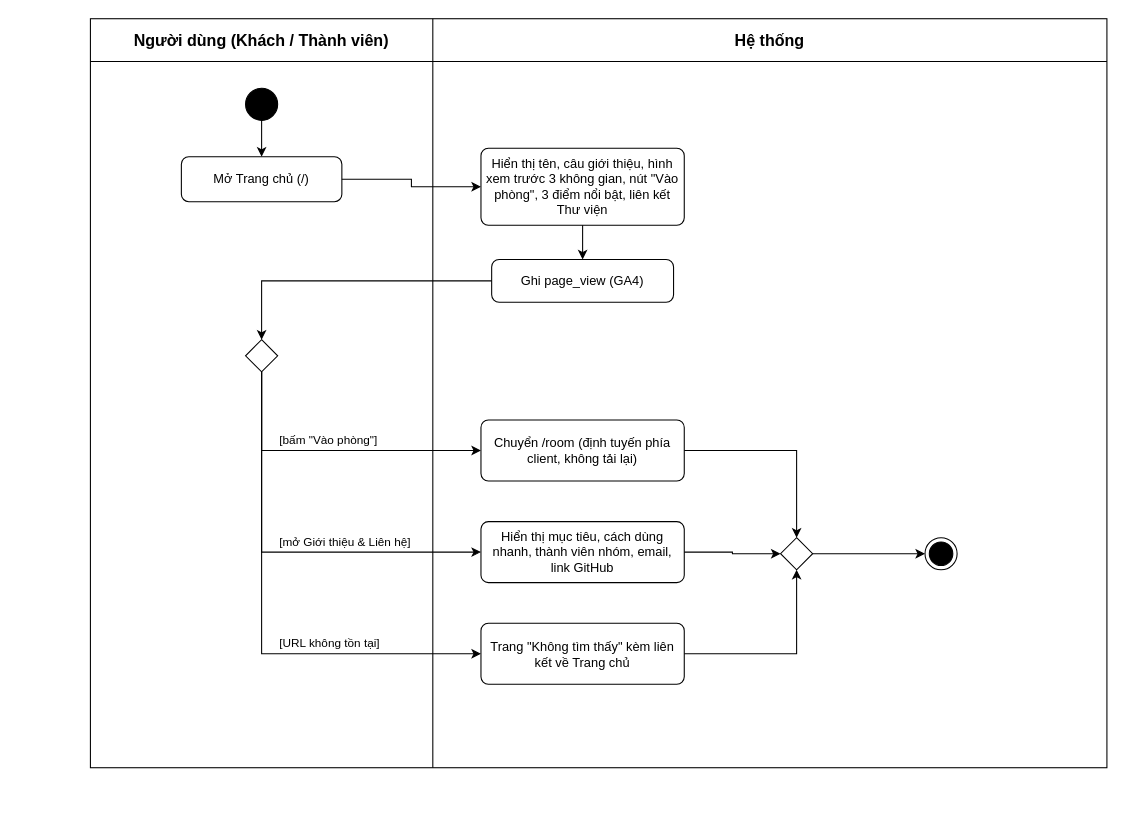
Before: page "A12" (13 of 30) of docs/analysis/FocuSpace_Diagrams.drawio in CaoLePhucThinh2203/FocuSpace, a draw.io diagram. Source tidied: cells renumbered, new cells numbered last; positions are measured from the earlier drawing's top-left corner, leaving out a move shared by most shapes. Both pictures are drawn from the tidied source at 107%, with x=0, y=0 at pixel (90, 18).
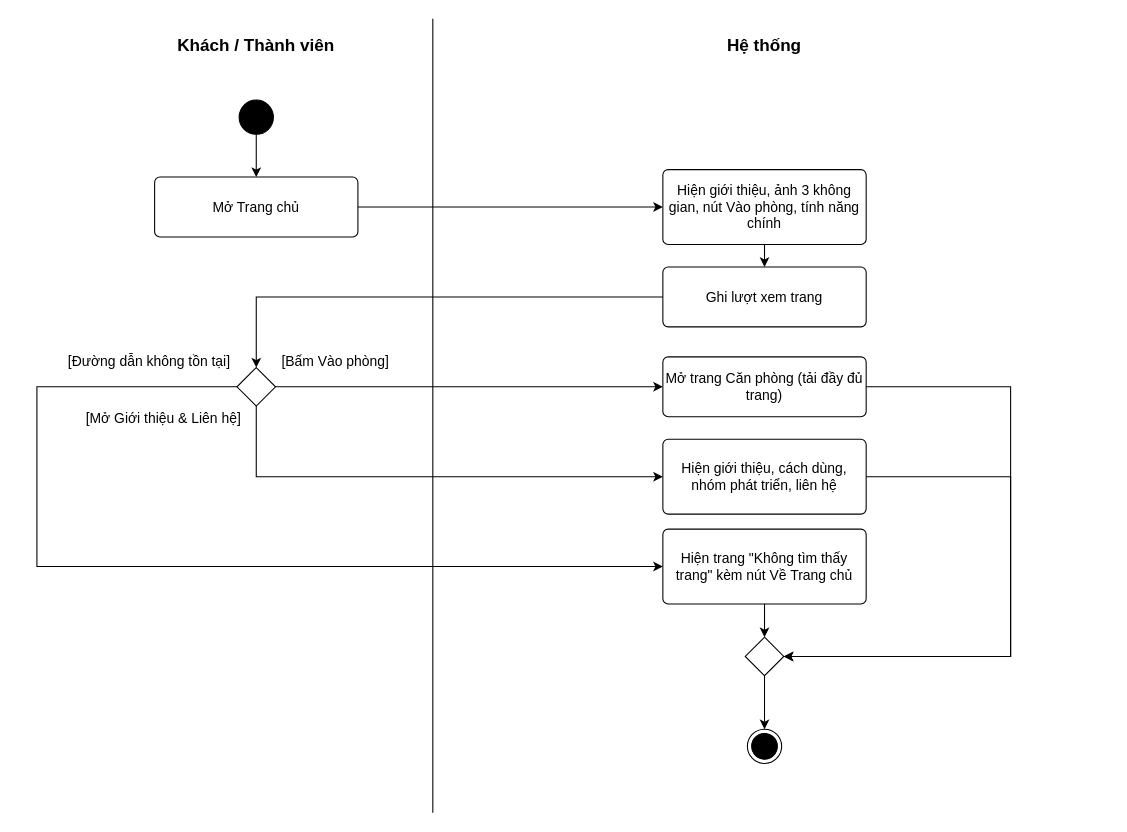
The same page after the edit.

What changed in the source:
```diff
@@
-    <mxCell id="2" style="rounded=0;whiteSpace=wrap;html=1;fillColor=none;" parent="1" vertex="1">
-      <mxGeometry width="950" height="700" as="geometry" />
-    </mxCell>
-    <mxCell id="3" value="Người dùng (Khách / Thành viên)" style="text;html=1;whiteSpace=wrap;strokeColor=none;fillColor=none;align=center;verticalAlign=middle;rounded=0;fontSize=15;fontStyle=1;" parent="1" vertex="1">
-      <mxGeometry width="320" height="40" as="geometry" />
-    </mxCell>
+    <mxCell id="31" value="Khách / Thành viên" style="text;whiteSpace=wrap;html=1;verticalAlign=middle;align=center;fontSize=16;fontStyle=1;" parent="1" vertex="1">
+      <mxGeometry x="-10" width="330" height="50" as="geometry" />
+    </mxCell>
-    <mxCell id="4" value="Hệ thống" style="text;html=1;whiteSpace=wrap;strokeColor=none;fillColor=none;align=center;verticalAlign=middle;rounded=0;fontSize=15;fontStyle=1;" parent="1" vertex="1">
-      <mxGeometry x="320" width="630" height="40" as="geometry" />
+    <mxCell id="4" value="Hệ thống" style="text;whiteSpace=wrap;html=1;verticalAlign=middle;align=center;fontSize=16;fontStyle=1;" parent="1" vertex="1">
+      <mxGeometry x="320" width="620" height="50" as="geometry" />
     </mxCell>
-    <mxCell id="5" style="endArrow=none;html=1;rounded=0;" parent="1" edge="1">
-      <mxGeometry relative="1" as="geometry">
-        <mxPoint x="320" as="sourcePoint" />
-        <mxPoint x="320" y="700" as="targetPoint" />
-      </mxGeometry>
-    </mxCell>
-    <mxCell id="6" style="endArrow=none;html=1;rounded=0;" parent="1" edge="1">
-      <mxGeometry relative="1" as="geometry">
-        <mxPoint y="40" as="sourcePoint" />
-        <mxPoint x="950" y="40" as="targetPoint" />
-      </mxGeometry>
-    </mxCell>
-    <mxCell id="7" style="ellipse;fillColor=strokeColor;html=1;" parent="1" vertex="1">
-      <mxGeometry x="145" y="65" width="30" height="30" as="geometry" />
-    </mxCell>
-    <mxCell id="8" value="Mở Trang chủ (/)" style="html=1;align=center;verticalAlign=middle;rounded=1;absoluteArcSize=1;arcSize=14;dashed=0;whiteSpace=wrap;fontSize=12;" parent="1" vertex="1">
-      <mxGeometry x="85" y="129" width="150" height="42" as="geometry" />
-    </mxCell>
-    <mxCell id="9" value="Hiển thị tên, câu giới thiệu, hình xem trước 3 không gian, nút &quot;Vào phòng&quot;, 3 điểm nổi bật, liên kết Thư viện" style="html=1;align=center;verticalAlign=middle;rounded=1;absoluteArcSize=1;arcSize=14;dashed=0;whiteSpace=wrap;fontSize=12;" parent="1" vertex="1">
-      <mxGeometry x="365" y="121" width="190" height="72" as="geometry" />
-    </mxCell>
-    <mxCell id="10" value="Ghi page_view (GA4)" style="html=1;align=center;verticalAlign=middle;rounded=1;absoluteArcSize=1;arcSize=14;dashed=0;whiteSpace=wrap;fontSize=12;" parent="1" vertex="1">
-      <mxGeometry x="375" y="225" width="170" height="40" as="geometry" />
-    </mxCell>
-    <mxCell id="11" style="rhombus;html=1;" parent="1" vertex="1">
-      <mxGeometry x="145" y="300" width="30" height="30" as="geometry" />
-    </mxCell>
-    <mxCell id="12" value="Chuyển /room (định tuyến phía client, không tải lại)" style="html=1;align=center;verticalAlign=middle;rounded=1;absoluteArcSize=1;arcSize=14;dashed=0;whiteSpace=wrap;fontSize=12;" parent="1" vertex="1">
-      <mxGeometry x="365" y="375" width="190" height="57" as="geometry" />
-    </mxCell>
-    <mxCell id="13" value="Hiển thị mục tiêu, cách dùng nhanh, thành viên nhóm, email, link GitHub" style="html=1;align=center;verticalAlign=middle;rounded=1;absoluteArcSize=1;arcSize=14;dashed=0;whiteSpace=wrap;fontSize=12;" parent="1" vertex="1">
-      <mxGeometry x="365" y="470" width="190" height="57" as="geometry" />
-    </mxCell>
-    <mxCell id="14" value="Trang &quot;Không tìm thấy&quot; kèm liên kết về Trang chủ" style="html=1;align=center;verticalAlign=middle;rounded=1;absoluteArcSize=1;arcSize=14;dashed=0;whiteSpace=wrap;fontSize=12;" parent="1" vertex="1">
-      <mxGeometry x="365" y="565" width="190" height="57" as="geometry" />
-    </mxCell>
-    <mxCell id="15" style="rhombus;html=1;" parent="1" vertex="1">
-      <mxGeometry x="645" y="485" width="30" height="30" as="geometry" />
-    </mxCell>
-    <mxCell id="16" style="ellipse;html=1;shape=endState;fillColor=strokeColor;" parent="1" vertex="1">
-      <mxGeometry x="780" y="485" width="30" height="30" as="geometry" />
-    </mxCell>
-    <mxCell id="17" value="[bấm &quot;Vào phòng&quot;]" style="text;html=1;whiteSpace=wrap;strokeColor=none;fillColor=none;align=left;verticalAlign=middle;rounded=0;fontSize=11;" parent="1" vertex="1">
-      <mxGeometry x="175" y="385" width="110" height="17" as="geometry" />
-    </mxCell>
-    <mxCell id="18" value="[mở Giới thiệu &amp;amp; Liên hệ]" style="text;html=1;whiteSpace=wrap;strokeColor=none;fillColor=none;align=left;verticalAlign=middle;rounded=0;fontSize=11;" parent="1" vertex="1">
-      <mxGeometry x="175" y="480" width="160" height="17" as="geometry" />
-    </mxCell>
-    <mxCell id="19" value="[URL không tồn tại]" style="text;html=1;whiteSpace=wrap;strokeColor=none;fillColor=none;align=left;verticalAlign=middle;rounded=0;fontSize=11;" parent="1" vertex="1">
-      <mxGeometry x="175" y="575" width="110" height="17" as="geometry" />
-    </mxCell>
-    <mxCell id="20" style="edgeStyle=orthogonalEdgeStyle;rounded=0;jettySize=auto;html=1;endArrow=classic;endFill=1;fontSize=11;labelBackgroundColor=#ffffff;exitX=0.5;exitY=1;exitDx=0;exitDy=0;exitPerimeter=0;entryX=0.5;entryY=0;entryDx=0;entryDy=0;entryPerimeter=0;" parent="1" edge="1" source="7" target="8">
-      <mxGeometry relative="1" as="geometry" />
-    </mxCell>
-    <mxCell id="21" style="edgeStyle=orthogonalEdgeStyle;rounded=0;jettySize=auto;html=1;endArrow=classic;endFill=1;fontSize=11;labelBackgroundColor=#ffffff;exitX=1;exitY=0.5;exitDx=0;exitDy=0;exitPerimeter=0;entryX=0;entryY=0.5;entryDx=0;entryDy=0;entryPerimeter=0;" parent="1" edge="1" source="8" target="9">
-      <mxGeometry relative="1" as="geometry" />
-    </mxCell>
-    <mxCell id="22" style="edgeStyle=orthogonalEdgeStyle;rounded=0;jettySize=auto;html=1;endArrow=classic;endFill=1;fontSize=11;labelBackgroundColor=#ffffff;exitX=0.5;exitY=1;exitDx=0;exitDy=0;exitPerimeter=0;entryX=0.5;entryY=0;entryDx=0;entryDy=0;entryPerimeter=0;" parent="1" edge="1" source="9" target="10">
-      <mxGeometry relative="1" as="geometry" />
-    </mxCell>
-    <mxCell id="23" style="edgeStyle=orthogonalEdgeStyle;rounded=0;jettySize=auto;html=1;endArrow=classic;endFill=1;fontSize=11;labelBackgroundColor=#ffffff;exitX=0;exitY=0.5;exitDx=0;exitDy=0;exitPerimeter=0;entryX=0.5;entryY=0;entryDx=0;entryDy=0;entryPerimeter=0;" parent="1" edge="1" source="10" target="11">
-      <mxGeometry relative="1" as="geometry" />
-    </mxCell>
-    <mxCell id="24" style="edgeStyle=orthogonalEdgeStyle;rounded=0;jettySize=auto;html=1;endArrow=classic;endFill=1;fontSize=11;labelBackgroundColor=#ffffff;exitX=0.5;exitY=1;exitDx=0;exitDy=0;exitPerimeter=0;entryX=0;entryY=0.5;entryDx=0;entryDy=0;entryPerimeter=0;" parent="1" edge="1" source="11" target="12">
-      <mxGeometry relative="1" as="geometry" />
-    </mxCell>
-    <mxCell id="25" style="edgeStyle=orthogonalEdgeStyle;rounded=0;jettySize=auto;html=1;endArrow=classic;endFill=1;fontSize=11;labelBackgroundColor=#ffffff;exitX=0.5;exitY=1;exitDx=0;exitDy=0;exitPerimeter=0;entryX=0;entryY=0.5;entryDx=0;entryDy=0;entryPerimeter=0;" parent="1" edge="1" source="11" target="13">
-      <mxGeometry relative="1" as="geometry" />
-    </mxCell>
-    <mxCell id="26" style="edgeStyle=orthogonalEdgeStyle;rounded=0;jettySize=auto;html=1;endArrow=classic;endFill=1;fontSize=11;labelBackgroundColor=#ffffff;exitX=0.5;exitY=1;exitDx=0;exitDy=0;exitPerimeter=0;entryX=0;entryY=0.5;entryDx=0;entryDy=0;entryPerimeter=0;" parent="1" edge="1" source="11" target="14">
-      <mxGeometry relative="1" as="geometry" />
-    </mxCell>
-    <mxCell id="27" style="edgeStyle=orthogonalEdgeStyle;rounded=0;jettySize=auto;html=1;endArrow=classic;endFill=1;fontSize=11;labelBackgroundColor=#ffffff;exitX=1;exitY=0.5;exitDx=0;exitDy=0;exitPerimeter=0;entryX=0.5;entryY=0;entryDx=0;entryDy=0;entryPerimeter=0;" parent="1" edge="1" source="12" target="15">
-      <mxGeometry relative="1" as="geometry" />
-    </mxCell>
-    <mxCell id="28" style="edgeStyle=orthogonalEdgeStyle;rounded=0;jettySize=auto;html=1;endArrow=classic;endFill=1;fontSize=11;labelBackgroundColor=#ffffff;exitX=1;exitY=0.5;exitDx=0;exitDy=0;exitPerimeter=0;entryX=0;entryY=0.5;entryDx=0;entryDy=0;entryPerimeter=0;" parent="1" edge="1" source="13" target="15">
-      <mxGeometry relative="1" as="geometry" />
-    </mxCell>
-    <mxCell id="29" style="edgeStyle=orthogonalEdgeStyle;rounded=0;jettySize=auto;html=1;endArrow=classic;endFill=1;fontSize=11;labelBackgroundColor=#ffffff;exitX=1;exitY=0.5;exitDx=0;exitDy=0;exitPerimeter=0;entryX=0.5;entryY=1;entryDx=0;entryDy=0;entryPerimeter=0;" parent="1" edge="1" source="14" target="15">
-      <mxGeometry relative="1" as="geometry" />
-    </mxCell>
-    <mxCell id="30" style="edgeStyle=orthogonalEdgeStyle;rounded=0;jettySize=auto;html=1;endArrow=classic;endFill=1;fontSize=11;labelBackgroundColor=#ffffff;exitX=1;exitY=0.5;exitDx=0;exitDy=0;exitPerimeter=0;entryX=0;entryY=0.5;entryDx=0;entryDy=0;entryPerimeter=0;" parent="1" edge="1" source="15" target="16">
-      <mxGeometry relative="1" as="geometry" />
-    </mxCell>
+    <mxCell id="32" style="endArrow=none;html=1;rounded=0;" parent="1" edge="1">
+      <mxGeometry relative="1" as="geometry">
+        <mxPoint x="320" as="sourcePoint" />
+        <mxPoint x="320" y="742" as="targetPoint" />
+      </mxGeometry>
+    </mxCell>
+    <mxCell id="33" style="ellipse;fillColor=strokeColor;html=1;" parent="1" vertex="1">
+      <mxGeometry x="139" y="76" width="32" height="32" as="geometry" />
+    </mxCell>
+    <mxCell id="34" value="Mở Trang chủ" style="html=1;align=center;verticalAlign=middle;rounded=1;absoluteArcSize=1;arcSize=10;dashed=0;whiteSpace=wrap;fontSize=13;" parent="1" vertex="1">
+      <mxGeometry x="60" y="148" width="190" height="56" as="geometry" />
+    </mxCell>
+    <mxCell id="35" value="Hiện giới thiệu, ảnh 3 không gian, nút Vào phòng, tính năng chính" style="html=1;align=center;verticalAlign=middle;rounded=1;absoluteArcSize=1;arcSize=10;dashed=0;whiteSpace=wrap;fontSize=13;" parent="1" vertex="1">
+      <mxGeometry x="535" y="141" width="190" height="70" as="geometry" />
+    </mxCell>
+    <mxCell id="36" value="Ghi lượt xem trang" style="html=1;align=center;verticalAlign=middle;rounded=1;absoluteArcSize=1;arcSize=10;dashed=0;whiteSpace=wrap;fontSize=13;" parent="1" vertex="1">
+      <mxGeometry x="535" y="232" width="190" height="56" as="geometry" />
+    </mxCell>
+    <mxCell id="37" style="rhombus;html=1;" parent="1" vertex="1">
+      <mxGeometry x="137" y="326" width="36" height="36" as="geometry" />
+    </mxCell>
+    <mxCell id="38" value="Mở trang Căn phòng (tải đầy đủ trang)" style="html=1;align=center;verticalAlign=middle;rounded=1;absoluteArcSize=1;arcSize=10;dashed=0;whiteSpace=wrap;fontSize=13;" parent="1" vertex="1">
+      <mxGeometry x="535" y="316" width="190" height="56" as="geometry" />
+    </mxCell>
+    <mxCell id="39" value="Hiện giới thiệu, cách dùng, nhóm phát triển, liên hệ" style="html=1;align=center;verticalAlign=middle;rounded=1;absoluteArcSize=1;arcSize=10;dashed=0;whiteSpace=wrap;fontSize=13;" parent="1" vertex="1">
+      <mxGeometry x="535" y="393" width="190" height="70" as="geometry" />
+    </mxCell>
+    <mxCell id="40" value="Hiện trang &quot;Không tìm thấy trang&quot; kèm nút Về Trang chủ" style="html=1;align=center;verticalAlign=middle;rounded=1;absoluteArcSize=1;arcSize=10;dashed=0;whiteSpace=wrap;fontSize=13;" parent="1" vertex="1">
+      <mxGeometry x="535" y="477" width="190" height="70" as="geometry" />
+    </mxCell>
+    <mxCell id="41" style="rhombus;html=1;" parent="1" vertex="1">
+      <mxGeometry x="612" y="578" width="36" height="36" as="geometry" />
+    </mxCell>
+    <mxCell id="42" style="ellipse;html=1;shape=endState;fillColor=strokeColor;" parent="1" vertex="1">
+      <mxGeometry x="614" y="664" width="32" height="32" as="geometry" />
+    </mxCell>
+    <mxCell id="43" style="edgeStyle=orthogonalEdgeStyle;rounded=0;jettySize=auto;html=1;endArrow=classic;fontSize=13;" parent="1" edge="1" source="33" target="34">
+      <mxGeometry relative="1" as="geometry" />
+    </mxCell>
+    <mxCell id="44" style="edgeStyle=orthogonalEdgeStyle;rounded=0;jettySize=auto;html=1;endArrow=classic;fontSize=13;" parent="1" edge="1" source="34" target="35">
+      <mxGeometry relative="1" as="geometry" />
+    </mxCell>
+    <mxCell id="45" style="edgeStyle=orthogonalEdgeStyle;rounded=0;jettySize=auto;html=1;endArrow=classic;fontSize=13;" parent="1" edge="1" source="35" target="36">
+      <mxGeometry relative="1" as="geometry" />
+    </mxCell>
+    <mxCell id="46" style="edgeStyle=orthogonalEdgeStyle;rounded=0;jettySize=auto;html=1;endArrow=classic;fontSize=13;exitX=0;exitY=0.5;exitDx=0;exitDy=0;entryX=0.5;entryY=0;entryDx=0;entryDy=0;" parent="1" edge="1" source="36" target="37">
+      <mxGeometry relative="1" as="geometry">
+        <Array as="points">
+          <mxPoint x="155" y="260" />
+        </Array>
+      </mxGeometry>
+    </mxCell>
+    <mxCell id="47" style="edgeStyle=orthogonalEdgeStyle;rounded=0;jettySize=auto;html=1;endArrow=classic;fontSize=13;exitX=1;exitY=0.5;exitDx=0;exitDy=0;entryX=0;entryY=0.5;entryDx=0;entryDy=0;" parent="1" edge="1" source="37" target="38">
+      <mxGeometry relative="1" as="geometry" />
+    </mxCell>
+    <mxCell id="48" value="[Bấm Vào phòng]" style="text;html=1;whiteSpace=wrap;strokeColor=none;fillColor=none;align=center;verticalAlign=middle;rounded=0;fontSize=13;align=left;" parent="1" vertex="1">
+      <mxGeometry x="177" y="300" width="220" height="40" as="geometry" />
+    </mxCell>
+    <mxCell id="49" style="edgeStyle=orthogonalEdgeStyle;rounded=0;jettySize=auto;html=1;endArrow=classic;fontSize=13;exitX=0.5;exitY=1;exitDx=0;exitDy=0;entryX=0;entryY=0.5;entryDx=0;entryDy=0;" parent="1" edge="1" source="37" target="39">
+      <mxGeometry relative="1" as="geometry">
+        <Array as="points">
+          <mxPoint x="155" y="428" />
+        </Array>
+      </mxGeometry>
+    </mxCell>
+    <mxCell id="50" value="[Mở Giới thiệu &amp; Liên hệ]" style="text;html=1;whiteSpace=wrap;strokeColor=none;fillColor=none;align=center;verticalAlign=middle;rounded=0;fontSize=13;align=right;" parent="1" vertex="1">
+      <mxGeometry x="-57" y="358" width="200" height="30" as="geometry" />
+    </mxCell>
+    <mxCell id="51" style="edgeStyle=orthogonalEdgeStyle;rounded=0;jettySize=auto;html=1;endArrow=classic;fontSize=13;exitX=0;exitY=0.5;exitDx=0;exitDy=0;entryX=0;entryY=0.5;entryDx=0;entryDy=0;" parent="1" edge="1" source="37" target="40">
+      <mxGeometry relative="1" as="geometry">
+        <Array as="points">
+          <mxPoint x="-50" y="344" />
+          <mxPoint x="-50" y="512" />
+        </Array>
+      </mxGeometry>
+    </mxCell>
+    <mxCell id="52" value="[Đường dẫn không tồn tại]" style="text;html=1;whiteSpace=wrap;strokeColor=none;fillColor=none;align=center;verticalAlign=middle;rounded=0;fontSize=13;align=right;" parent="1" vertex="1">
+      <mxGeometry x="-67" y="300" width="200" height="40" as="geometry" />
+    </mxCell>
+    <mxCell id="53" style="edgeStyle=orthogonalEdgeStyle;rounded=0;jettySize=auto;html=1;endArrow=classic;fontSize=13;exitX=1;exitY=0.5;exitDx=0;exitDy=0;entryX=1;entryY=0.5;entryDx=0;entryDy=0;" parent="1" edge="1" source="38" target="41">
+      <mxGeometry relative="1" as="geometry">
+        <Array as="points">
+          <mxPoint x="860" y="344" />
+          <mxPoint x="860" y="596" />
+        </Array>
+      </mxGeometry>
+    </mxCell>
+    <mxCell id="54" style="edgeStyle=orthogonalEdgeStyle;rounded=0;jettySize=auto;html=1;endArrow=classic;fontSize=13;exitX=1;exitY=0.5;exitDx=0;exitDy=0;entryX=1;entryY=0.5;entryDx=0;entryDy=0;" parent="1" edge="1" source="39" target="41">
+      <mxGeometry relative="1" as="geometry">
+        <Array as="points">
+          <mxPoint x="860" y="428" />
+          <mxPoint x="860" y="596" />
+        </Array>
+      </mxGeometry>
+    </mxCell>
+    <mxCell id="55" style="edgeStyle=orthogonalEdgeStyle;rounded=0;jettySize=auto;html=1;endArrow=classic;fontSize=13;" parent="1" edge="1" source="40" target="41">
+      <mxGeometry relative="1" as="geometry" />
+    </mxCell>
+    <mxCell id="56" style="edgeStyle=orthogonalEdgeStyle;rounded=0;jettySize=auto;html=1;endArrow=classic;fontSize=13;" parent="1" edge="1" source="41" target="42">
+      <mxGeometry relative="1" as="geometry" />
+    </mxCell>
```
